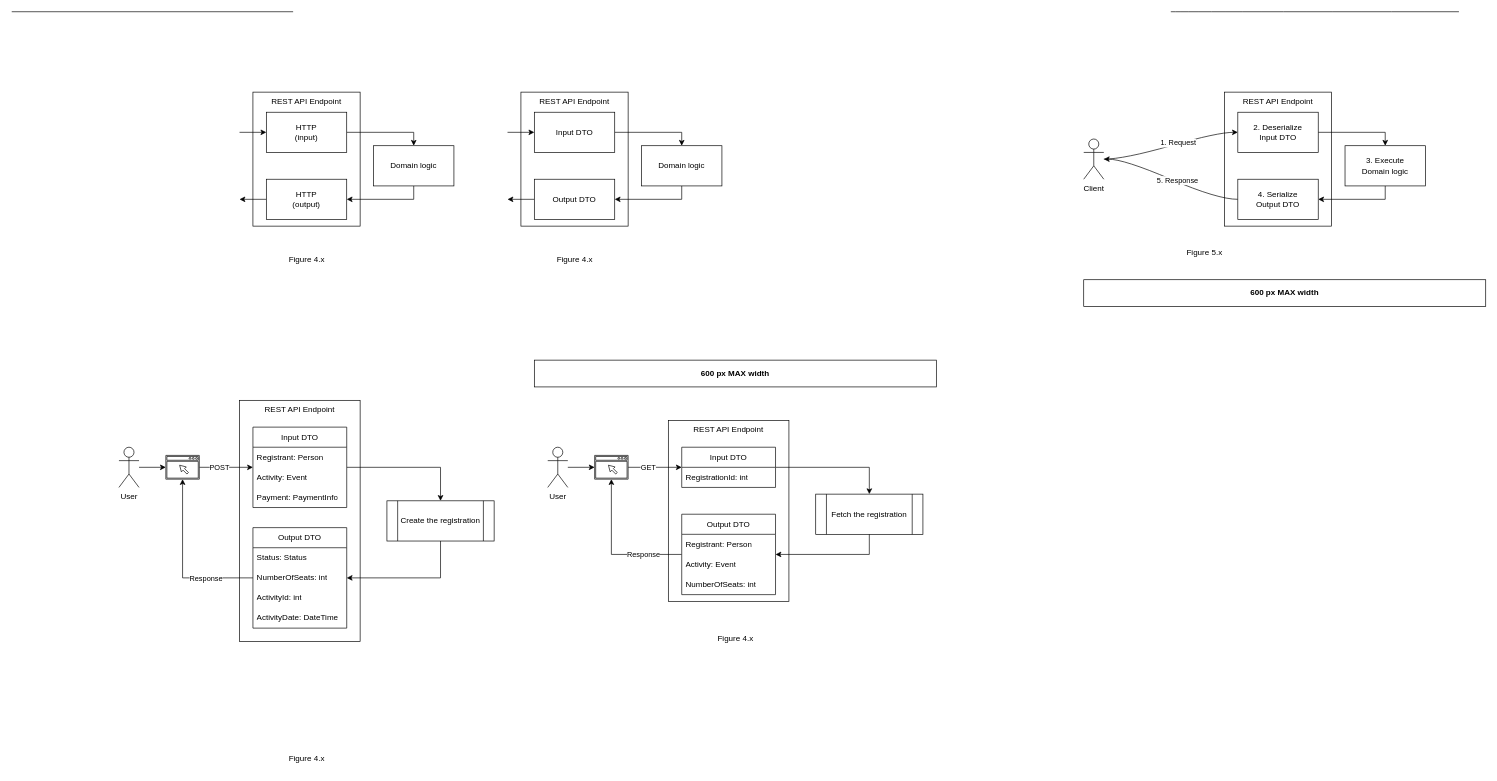
This is page "DTO" (6 of 6) of Diagrams/MVC, View Model, Web API, and DTO.drawio from PacktPublishing/Architecting-ASP.NET-Core-Applications-3E, a draw.io file, before an edit. Source tidied: cells renumbered, new cells numbered last; positions are measured from the earlier drawing's top-left corner, leaving out a move shared by most shapes. Both pictures are drawn from the tidied source at 67%, with x=0, y=0 at pixel (11, 11).
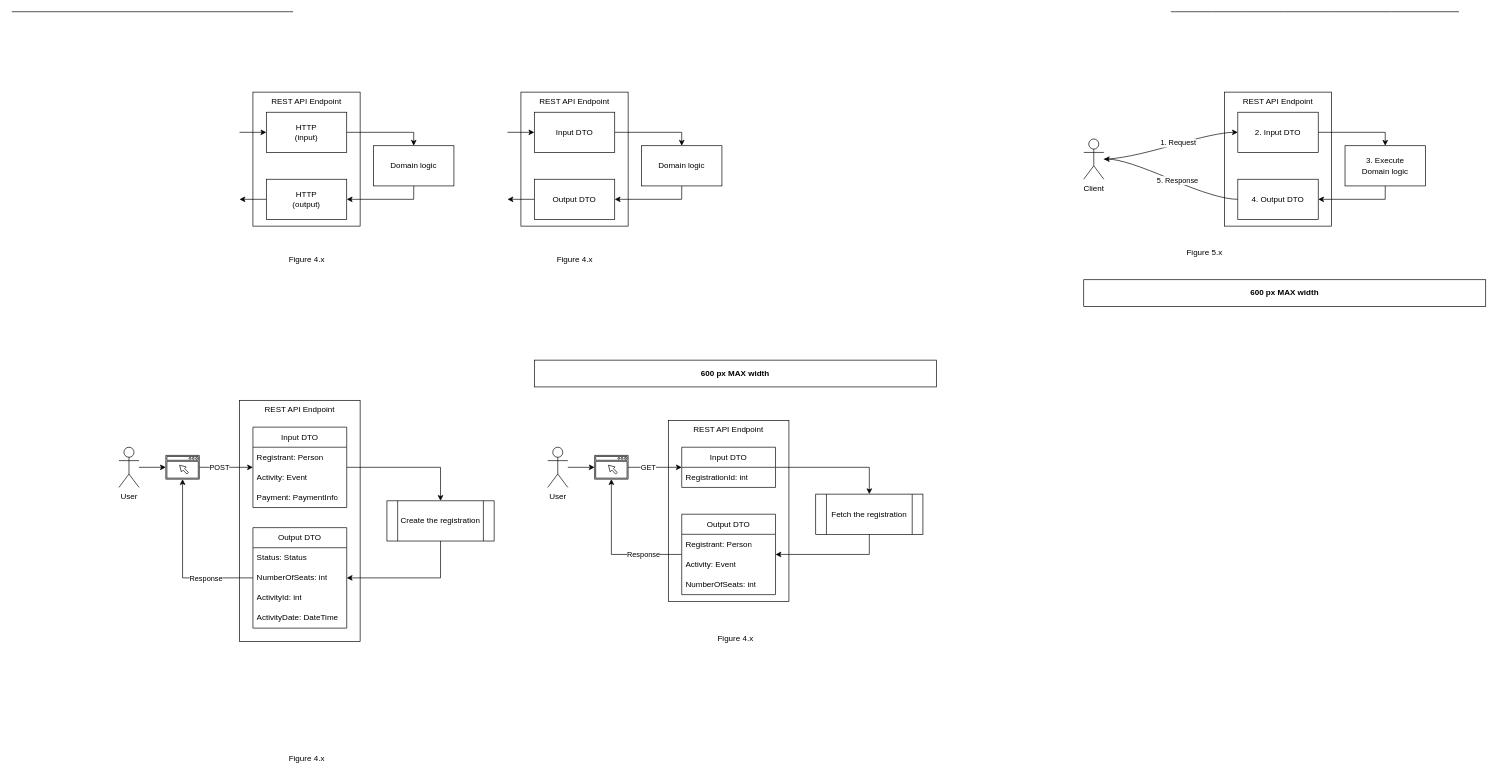
The same page after the edit.

Commit message (it also covers changes not shown here):
Update DTO diagram

The edit, as a diff of the source:
```diff
@@
-    <mxCell id="63" value="2. Deserialize&lt;br&gt;Input DTO" style="rounded=0;whiteSpace=wrap;html=1;" parent="1" vertex="1">
+    <mxCell id="63" value="2.&amp;nbsp;Input DTO" style="rounded=0;whiteSpace=wrap;html=1;" parent="1" vertex="1">
       <mxGeometry x="1830" y="150" width="120" height="60" as="geometry" />
     </mxCell>
@@
-    <mxCell id="66" value="4. Serialize&lt;br&gt;Output DTO" style="rounded=0;whiteSpace=wrap;html=1;" parent="1" vertex="1">
+    <mxCell id="66" value="4.&amp;nbsp;Output DTO" style="rounded=0;whiteSpace=wrap;html=1;" parent="1" vertex="1">
       <mxGeometry x="1830" y="250" width="120" height="60" as="geometry" />
     </mxCell>
```
